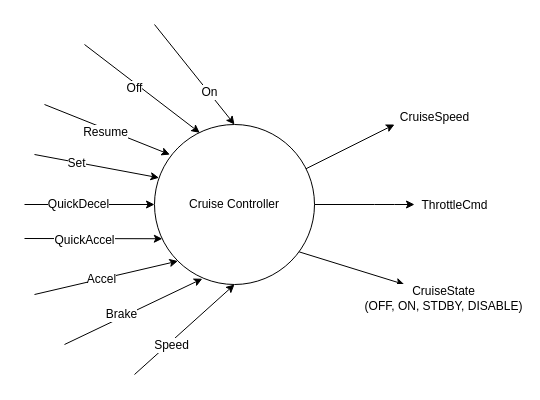
Above: Diagrams/context_diagram.drawio in jacoballen4534/Cruise-Controller (draw.io), before the change. Source tidied: cells renumbered, new cells numbered last; positions are measured from the earlier drawing's top-left corner, leaving out a move shared by most shapes. Both pictures are drawn from the tidied source at 100%, with x=0, y=0 at pixel (24, 24).
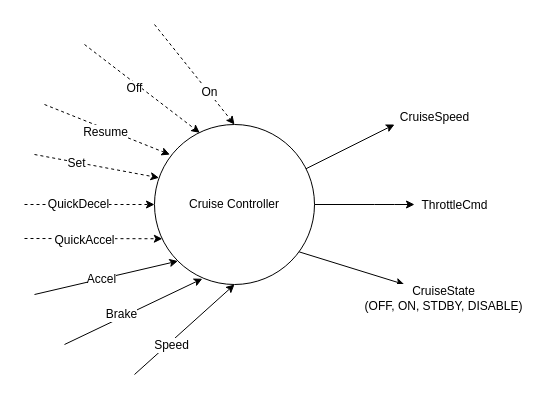
The same diagram, later.

The change refers to these unchanged cells:
```xml
<mxCell id="2" value="Cruise Controller" style="ellipse;whiteSpace=wrap;html=1;" parent="1" vertex="1">
  <mxGeometry x="130" y="100" width="160" height="160" as="geometry" />
</mxCell>
```

What changed in the source:
```diff
@@
-    <mxCell id="3" style="endArrow=classic;html=1;entryX=0.5;entryY=0;entryDx=0;entryDy=0;" parent="1" edge="1" target="2">
+    <mxCell id="3" style="endArrow=classic;html=1;entryX=0.5;entryY=0;entryDx=0;entryDy=0;dashed=1;" parent="1" edge="1" target="2">
       <mxGeometry relative="1" as="geometry">
         <mxPoint x="130" as="sourcePoint" />
       </mxGeometry>
     </mxCell>
@@
-    <mxCell id="5" style="endArrow=classic;html=1;entryX=0.283;entryY=0.052;entryDx=0;entryDy=0;entryPerimeter=0;" parent="1" edge="1" target="2">
+    <mxCell id="5" style="endArrow=classic;html=1;entryX=0.283;entryY=0.052;entryDx=0;entryDy=0;entryPerimeter=0;dashed=1;" parent="1" edge="1" target="2">
       <mxGeometry relative="1" as="geometry">
         <mxPoint x="60" y="20" as="sourcePoint" />
       </mxGeometry>
     </mxCell>
@@
-    <mxCell id="7" style="endArrow=classic;html=1;entryX=0.096;entryY=0.188;entryDx=0;entryDy=0;entryPerimeter=0;" parent="1" edge="1" target="2">
+    <mxCell id="7" style="endArrow=classic;html=1;entryX=0.096;entryY=0.188;entryDx=0;entryDy=0;entryPerimeter=0;dashed=1;" parent="1" edge="1" target="2">
       <mxGeometry relative="1" as="geometry">
         <mxPoint x="20" y="80" as="sourcePoint" />
       </mxGeometry>
     </mxCell>
@@
-    <mxCell id="9" style="endArrow=classic;html=1;entryX=0;entryY=0.5;entryDx=0;entryDy=0;" parent="1" edge="1" target="2">
+    <mxCell id="9" style="endArrow=classic;html=1;entryX=0;entryY=0.5;entryDx=0;entryDy=0;dashed=1;" parent="1" edge="1" target="2">
       <mxGeometry relative="1" as="geometry">
         <mxPoint y="180" as="sourcePoint" />
       </mxGeometry>
     </mxCell>
@@
-    <mxCell id="11" style="endArrow=classic;html=1;entryX=0.028;entryY=0.333;entryDx=0;entryDy=0;entryPerimeter=0;" parent="1" edge="1" target="2">
+    <mxCell id="11" style="endArrow=classic;html=1;entryX=0.028;entryY=0.333;entryDx=0;entryDy=0;entryPerimeter=0;dashed=1;" parent="1" edge="1" target="2">
       <mxGeometry relative="1" as="geometry">
         <mxPoint x="10" y="130" as="sourcePoint" />
       </mxGeometry>
     </mxCell>
@@
-    <mxCell id="13" style="endArrow=classic;html=1;entryX=0.049;entryY=0.714;entryDx=0;entryDy=0;entryPerimeter=0;" parent="1" edge="1" target="2">
+    <mxCell id="13" style="endArrow=classic;html=1;entryX=0.049;entryY=0.714;entryDx=0;entryDy=0;entryPerimeter=0;dashed=1;" parent="1" edge="1" target="2">
       <mxGeometry relative="1" as="geometry">
         <mxPoint y="214" as="sourcePoint" />
       </mxGeometry>
     </mxCell>
```
